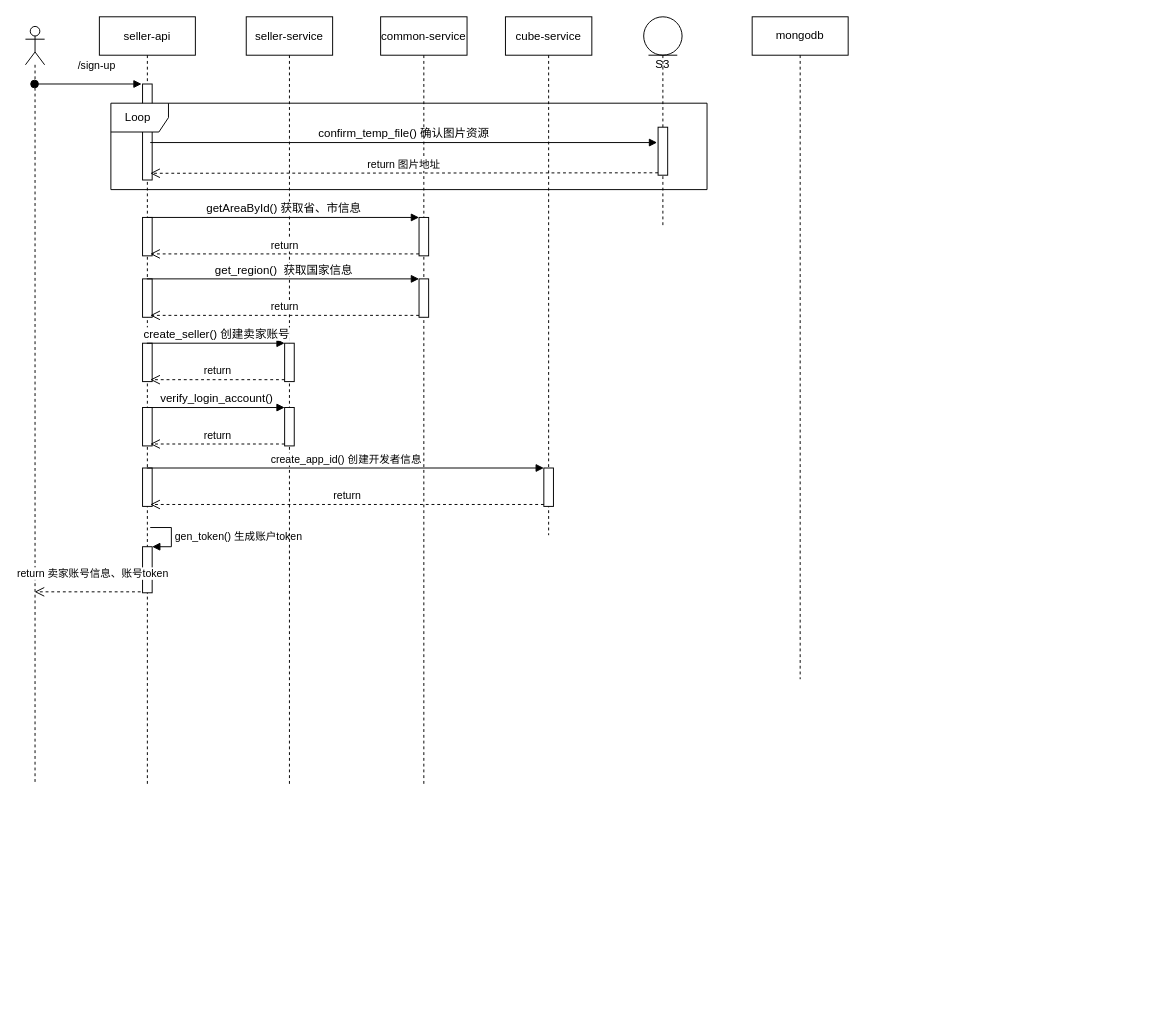
wjctim/design-draw keeps this draw.io diagram as 时序图.drawio. Above is the earlier version. Source tidied: cells renumbered, new cells numbered last; positions are measured from the earlier drawing's top-left corner, leaving out a move shared by most shapes. Both pictures are drawn from the tidied source at 96%, with x=0, y=0 at pixel (25, 16).
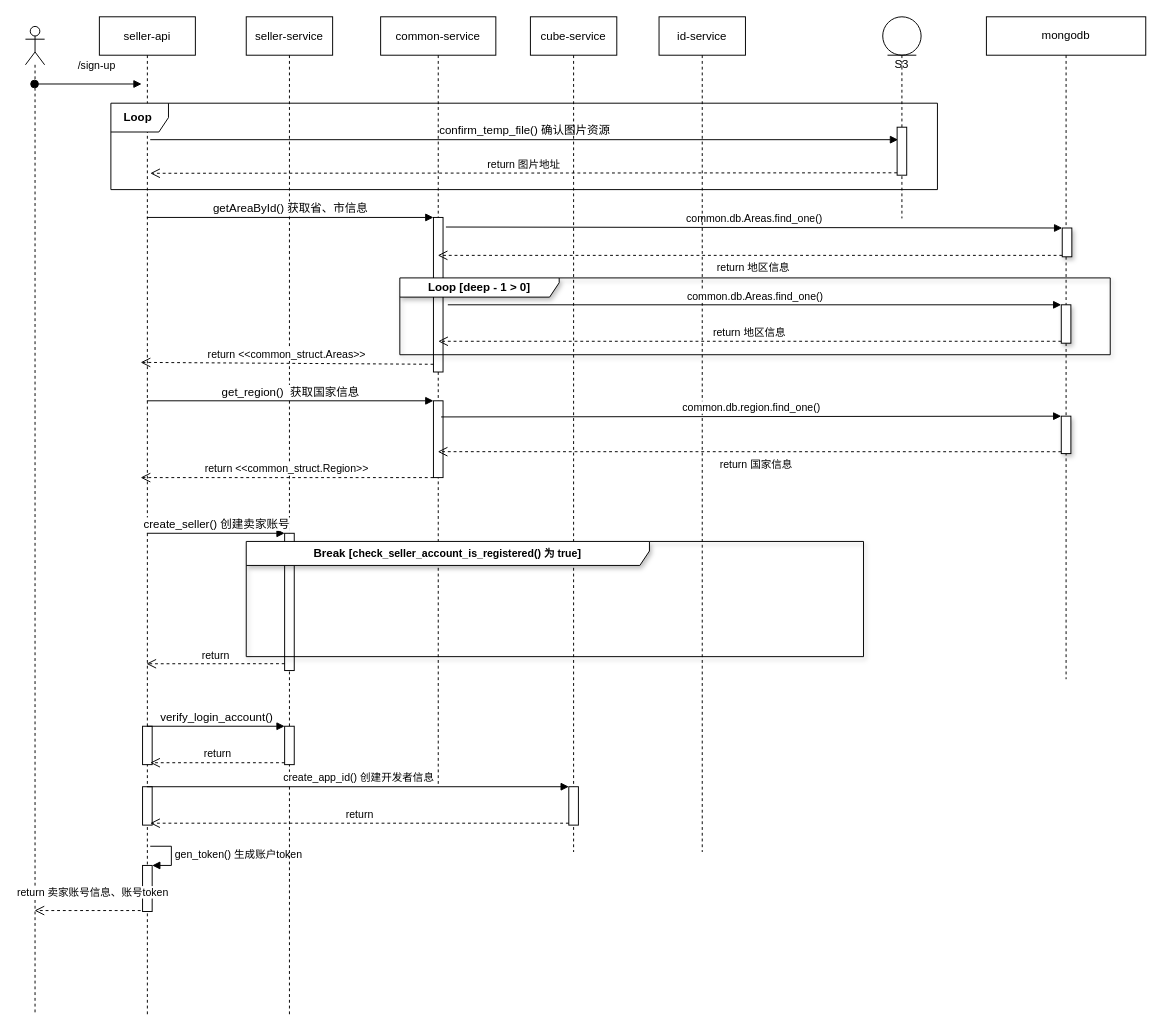
The same page after the edit.

Commit message:
更新时序图.drawio

The edit, as a diff of the source:
```diff
@@
     <mxCell id="2" value="seller-api" style="shape=umlLifeline;perimeter=lifelinePerimeter;rounded=0;shadow=0;strokeWidth=1;" parent="1" vertex="1">
-      <mxGeometry x="77" width="100" height="800" as="geometry" />
+      <mxGeometry x="77" width="100" height="1040" as="geometry" />
     </mxCell>
-    <mxCell id="3" style="perimeter=orthogonalPerimeter;rounded=0;shadow=0;strokeWidth=1;" parent="2" vertex="1">
-      <mxGeometry x="45" y="70" width="10" height="100" as="geometry" />
-    </mxCell>
@@
-    <mxCell id="5" style="html=1;perimeter=orthogonalPerimeter;" parent="2" vertex="1">
-      <mxGeometry x="45" y="209" width="10" height="40" as="geometry" />
-    </mxCell>
     <mxCell id="6" style="html=1;points=[];perimeter=orthogonalPerimeter;" parent="2" vertex="1">
-      <mxGeometry x="45" y="552" width="10" height="48" as="geometry" />
+      <mxGeometry x="45" y="884" width="10" height="48" as="geometry" />
     </mxCell>
     <mxCell id="7" value="gen_token() 生成账户token" style="edgeStyle=orthogonalEdgeStyle;html=1;align=left;spacingLeft=2;endArrow=block;rounded=0;entryX=1;entryY=0;" parent="2" edge="1" target="6">
       <mxGeometry relative="1" as="geometry">
-        <mxPoint x="53" y="532" as="sourcePoint" />
+        <mxPoint x="53" y="864" as="sourcePoint" />
         <Array as="points">
-          <mxPoint x="75" y="532" />
+          <mxPoint x="75" y="864" />
         </Array>
       </mxGeometry>
     </mxCell>
+    <mxCell id="10" value="Loop&amp;nbsp;" style="shape=umlFrame;whiteSpace=wrap;html=1;fontStyle=1;" parent="1" vertex="1">
+      <mxGeometry x="89" y="90" width="861" height="90" as="geometry" />
+    </mxCell>
     <mxCell id="8" value="seller-service" style="shape=umlLifeline;perimeter=lifelinePerimeter;rounded=0;shadow=0;strokeWidth=1;" parent="1" vertex="1">
-      <mxGeometry x="230" width="90" height="800" as="geometry" />
+      <mxGeometry x="230" width="90" height="1040" as="geometry" />
     </mxCell>
     <mxCell id="9" style="shape=umlLifeline;participant=umlActor;perimeter=lifelinePerimeter;whiteSpace=wrap;html=1;verticalAlign=top;spacingTop=36;outlineConnect=0;" parent="1" vertex="1">
-      <mxGeometry y="10" width="20" height="790" as="geometry" />
+      <mxGeometry y="10" width="20" height="1030" as="geometry" />
     </mxCell>
-    <mxCell id="10" value="Loop&amp;nbsp;" style="shape=umlFrame;whiteSpace=wrap;html=1;" parent="1" vertex="1">
-      <mxGeometry x="89" y="90" width="621" height="90" as="geometry" />
-    </mxCell>
     <mxCell id="11" value="S3" style="shape=umlLifeline;participant=umlEntity;perimeter=lifelinePerimeter;whiteSpace=wrap;html=1;verticalAlign=top;spacingTop=36;" parent="1" vertex="1">
-      <mxGeometry x="644" width="40" height="220" as="geometry" />
+      <mxGeometry x="893" width="40" height="210" as="geometry" />
     </mxCell>
@@
-    <mxCell id="13" value="&lt;span style=&quot;font-size: 12px;&quot;&gt;confirm_temp_file() 确认图片资源&lt;/span&gt;" style="html=1;verticalAlign=bottom;endArrow=block;entryX=0;entryY=0;rounded=0;" parent="11" edge="1">
+    <mxCell id="13" value="&lt;span style=&quot;font-size: 12px;&quot;&gt;confirm_temp_file() 确认图片资源&lt;/span&gt;" style="html=1;verticalAlign=bottom;endArrow=block;entryX=0.1;entryY=0.34;rounded=0;entryDx=0;entryDy=0;entryPerimeter=0;" parent="11" edge="1">
       <mxGeometry relative="1" as="geometry">
-        <mxPoint x="-514" y="131" as="sourcePoint" />
-        <mxPoint x="14" y="131" as="targetPoint" />
+        <mxPoint x="-763" y="128" as="sourcePoint" />
+        <mxPoint x="16" y="128" as="targetPoint" />
       </mxGeometry>
     </mxCell>
     <mxCell id="14" value="common-service" style="shape=umlLifeline;perimeter=lifelinePerimeter;rounded=0;shadow=0;strokeWidth=1;" parent="1" vertex="1">
-      <mxGeometry x="370" width="90" height="800" as="geometry" />
+      <mxGeometry x="370" width="120" height="800" as="geometry" />
     </mxCell>
     <mxCell id="15" style="html=1;points=[];perimeter=orthogonalPerimeter;" parent="14" vertex="1">
-      <mxGeometry x="40" y="209" width="10" height="40" as="geometry" />
+      <mxGeometry x="55" y="209" width="10" height="161" as="geometry" />
     </mxCell>
+    <mxCell id="19" style="html=1;points=[];perimeter=orthogonalPerimeter;" parent="14" vertex="1">
+      <mxGeometry x="55" y="400" width="10" height="80" as="geometry" />
+    </mxCell>
@@
-    <mxCell id="17" value="return" style="html=1;verticalAlign=bottom;endArrow=open;dashed=1;endSize=8;exitX=0;exitY=0.95;rounded=0;" parent="1" edge="1" source="15">
+    <mxCell id="17" value="return &amp;lt;&amp;lt;common_struct.Areas&amp;gt;&amp;gt;" style="html=1;verticalAlign=bottom;endArrow=open;dashed=1;endSize=8;exitX=0;exitY=0.95;rounded=0;" parent="1" edge="1" source="15">
       <mxGeometry relative="1" as="geometry">
-        <mxPoint x="130" y="247" as="targetPoint" />
+        <mxPoint x="120" y="360" as="targetPoint" />
       </mxGeometry>
     </mxCell>
-    <mxCell id="18" style="html=1;perimeter=orthogonalPerimeter;" parent="1" vertex="1">
-      <mxGeometry x="122" y="273" width="10" height="40" as="geometry" />
-    </mxCell>
-    <mxCell id="19" style="html=1;points=[];perimeter=orthogonalPerimeter;" parent="1" vertex="1">
-      <mxGeometry x="410" y="273" width="10" height="40" as="geometry" />
-    </mxCell>
     <mxCell id="20" value="&lt;span style=&quot;font-size: 12px;&quot;&gt;get_region()&amp;nbsp; 获取国家信息&lt;/span&gt;" style="html=1;verticalAlign=bottom;endArrow=block;entryX=0;entryY=0;rounded=0;" parent="1" edge="1" target="19">
       <mxGeometry relative="1" as="geometry">
-        <mxPoint x="126.5" y="273" as="sourcePoint" />
+        <mxPoint x="126.5" y="400" as="sourcePoint" />
       </mxGeometry>
     </mxCell>
-    <mxCell id="21" value="return" style="html=1;verticalAlign=bottom;endArrow=open;dashed=1;endSize=8;exitX=0;exitY=0.95;rounded=0;" parent="1" edge="1" source="19">
+    <mxCell id="21" value="return &amp;lt;&amp;lt;common_struct.Region&amp;gt;&amp;gt;" style="html=1;verticalAlign=bottom;endArrow=open;dashed=1;endSize=8;exitX=0;exitY=0.95;rounded=0;" parent="1" edge="1">
       <mxGeometry relative="1" as="geometry">
-        <mxPoint x="130" y="311" as="targetPoint" />
+        <mxPoint x="425" y="480" as="sourcePoint" />
+        <mxPoint x="120" y="480" as="targetPoint" />
       </mxGeometry>
     </mxCell>
-    <mxCell id="22" style="html=1;perimeter=orthogonalPerimeter;" parent="1" vertex="1">
-      <mxGeometry x="122" y="340" width="10" height="40" as="geometry" />
-    </mxCell>
     <mxCell id="23" style="html=1;points=[];perimeter=orthogonalPerimeter;" parent="1" vertex="1">
-      <mxGeometry x="270" y="340" width="10" height="40" as="geometry" />
+      <mxGeometry x="270" y="538" width="10" height="143" as="geometry" />
     </mxCell>
     <mxCell id="24" value="&lt;span style=&quot;font-size: 12px;&quot;&gt;create_seller() 创建卖家账号&lt;/span&gt;" style="html=1;verticalAlign=bottom;endArrow=block;entryX=0;entryY=0;rounded=0;" parent="1" edge="1" target="23">
       <mxGeometry relative="1" as="geometry">
-        <mxPoint x="126.5" y="340" as="sourcePoint" />
+        <mxPoint x="126.5" y="538" as="sourcePoint" />
       </mxGeometry>
     </mxCell>
-    <mxCell id="25" value="return" style="html=1;verticalAlign=bottom;endArrow=open;dashed=1;endSize=8;exitX=0;exitY=0.95;rounded=0;" parent="1" edge="1" source="23">
-      <mxGeometry relative="1" as="geometry">
-        <mxPoint x="130" y="378" as="targetPoint" />
-      </mxGeometry>
+    <mxCell id="25" value="return" style="html=1;verticalAlign=bottom;endArrow=open;dashed=1;endSize=8;exitX=0;exitY=0.95;rounded=0;entryX=0.49;entryY=0.648;entryDx=0;entryDy=0;entryPerimeter=0;" parent="1" edge="1" source="23" target="2">
+      <mxGeometry relative="1" as="geometry" />
     </mxCell>
     <mxCell id="26" style="html=1;perimeter=orthogonalPerimeter;" parent="1" vertex="1">
-      <mxGeometry x="122" y="407" width="10" height="40" as="geometry" />
+      <mxGeometry x="122" y="739" width="10" height="40" as="geometry" />
     </mxCell>
     <mxCell id="27" style="html=1;points=[];perimeter=orthogonalPerimeter;" parent="1" vertex="1">
-      <mxGeometry x="270" y="407" width="10" height="40" as="geometry" />
+      <mxGeometry x="270" y="739" width="10" height="40" as="geometry" />
     </mxCell>
     <mxCell id="28" value="&lt;span style=&quot;font-size: 12px;&quot;&gt;verify_login_account()&lt;/span&gt;" style="html=1;verticalAlign=bottom;endArrow=block;entryX=0;entryY=0;rounded=0;" parent="1" edge="1" target="27">
       <mxGeometry relative="1" as="geometry">
-        <mxPoint x="126.5" y="407" as="sourcePoint" />
+        <mxPoint x="126.5" y="739" as="sourcePoint" />
       </mxGeometry>
     </mxCell>
     <mxCell id="29" value="return" style="html=1;verticalAlign=bottom;endArrow=open;dashed=1;endSize=8;exitX=0;exitY=0.95;rounded=0;" parent="1" edge="1" source="27">
       <mxGeometry relative="1" as="geometry">
-        <mxPoint x="130" y="445" as="targetPoint" />
+        <mxPoint x="130" y="777" as="targetPoint" />
       </mxGeometry>
     </mxCell>
     <mxCell id="30" value="cube-service" style="shape=umlLifeline;perimeter=lifelinePerimeter;rounded=0;shadow=0;strokeWidth=1;" parent="1" vertex="1">
-      <mxGeometry x="500" width="90" height="540" as="geometry" />
+      <mxGeometry x="526" width="90" height="870" as="geometry" />
     </mxCell>
     <mxCell id="31" style="html=1;points=[];perimeter=orthogonalPerimeter;" parent="30" vertex="1">
-      <mxGeometry x="40" y="470" width="10" height="40" as="geometry" />
+      <mxGeometry x="40" y="802" width="10" height="40" as="geometry" />
     </mxCell>
     <mxCell id="32" style="html=1;perimeter=orthogonalPerimeter;" parent="1" vertex="1">
-      <mxGeometry x="122" y="470" width="10" height="40" as="geometry" />
+      <mxGeometry x="122" y="802" width="10" height="40" as="geometry" />
     </mxCell>
     <mxCell id="33" value="create_app_id() 创建开发者信息" style="html=1;verticalAlign=bottom;endArrow=block;entryX=0;entryY=0;rounded=0;" parent="1" edge="1" target="31">
       <mxGeometry relative="1" as="geometry">
-        <mxPoint x="126.5" y="470" as="sourcePoint" />
+        <mxPoint x="126.5" y="802" as="sourcePoint" />
       </mxGeometry>
     </mxCell>
     <mxCell id="34" value="return" style="html=1;verticalAlign=bottom;endArrow=open;dashed=1;endSize=8;exitX=0;exitY=0.95;rounded=0;" parent="1" edge="1" source="31">
       <mxGeometry relative="1" as="geometry">
-        <mxPoint x="130" y="508" as="targetPoint" />
+        <mxPoint x="130" y="840" as="targetPoint" />
       </mxGeometry>
     </mxCell>
     <mxCell id="35" value="return 卖家账号信息、账号token" style="html=1;verticalAlign=bottom;endArrow=open;dashed=1;endSize=8;rounded=0;" parent="1" edge="1">
       <mxGeometry x="-0.1" y="-10" relative="1" as="geometry">
-        <mxPoint x="120" y="599" as="sourcePoint" />
-        <mxPoint x="9.5" y="599" as="targetPoint" />
+        <mxPoint x="120" y="931" as="sourcePoint" />
+        <mxPoint x="9.5" y="931" as="targetPoint" />
       </mxGeometry>
     </mxCell>
@@
     <mxCell id="37" value="mongodb" style="shape=umlLifeline;perimeter=lifelinePerimeter;whiteSpace=wrap;html=1;rounded=0;glass=0;sketch=0;" parent="1" vertex="1">
-      <mxGeometry x="757" width="100" height="690" as="geometry" />
+      <mxGeometry x="1001" width="166" height="690" as="geometry" />
     </mxCell>
+    <mxCell id="38" style="html=1;points=[];perimeter=orthogonalPerimeter;rounded=0;shadow=1;glass=0;sketch=0;" parent="37" vertex="1">
+      <mxGeometry x="79" y="220" width="10" height="30" as="geometry" />
+    </mxCell>
+    <mxCell id="39" style="html=1;points=[];perimeter=orthogonalPerimeter;rounded=0;shadow=1;glass=0;sketch=0;" parent="37" vertex="1">
+      <mxGeometry x="78" y="300" width="10" height="40" as="geometry" />
+    </mxCell>
+    <mxCell id="40" style="html=1;points=[];perimeter=orthogonalPerimeter;rounded=0;shadow=1;glass=0;sketch=0;" parent="37" vertex="1">
+      <mxGeometry x="78" y="416" width="10" height="39" as="geometry" />
+    </mxCell>
+    <mxCell id="41" value="&lt;b&gt;Loop [deep - 1 &amp;gt; 0]&lt;/b&gt;" style="shape=umlFrame;whiteSpace=wrap;html=1;rounded=0;shadow=1;glass=0;sketch=0;width=166;height=20;" parent="1" vertex="1">
+      <mxGeometry x="390" y="272" width="740" height="80" as="geometry" />
+    </mxCell>
+    <mxCell id="42" value="common.db.Areas.find_one()" style="html=1;verticalAlign=bottom;endArrow=block;entryX=0;entryY=0;rounded=0;exitX=1.3;exitY=0.062;exitDx=0;exitDy=0;exitPerimeter=0;" parent="1" edge="1" source="15" target="38">
+      <mxGeometry relative="1" as="geometry" />
+    </mxCell>
+    <mxCell id="43" value="return 地区信息" style="html=1;verticalAlign=bottom;endArrow=open;dashed=1;endSize=8;exitX=0;exitY=0.95;rounded=0;" parent="1" edge="1" source="38" target="14">
+      <mxGeometry x="-0.01" y="21" relative="1" as="geometry" />
+    </mxCell>
+    <mxCell id="44" value="&lt;b&gt;Break [&lt;span style=&quot;font-size: 11px; text-align: left; background-color: rgb(255, 255, 255);&quot;&gt;check_seller_account_is_registered() 为 true&lt;/span&gt;]&lt;/b&gt;" style="shape=umlFrame;whiteSpace=wrap;html=1;rounded=0;shadow=1;glass=0;sketch=0;width=420;height=25;" parent="1" vertex="1">
+      <mxGeometry x="230" y="546.5" width="643" height="120" as="geometry" />
+    </mxCell>
+    <mxCell id="45" value="id-service" style="shape=umlLifeline;perimeter=lifelinePerimeter;rounded=0;shadow=0;strokeWidth=1;" parent="1" vertex="1">
+      <mxGeometry x="660" width="90" height="870" as="geometry" />
+    </mxCell>
+    <mxCell id="46" value="common.db.Areas.find_one()" style="html=1;verticalAlign=bottom;endArrow=block;entryX=0;entryY=0;rounded=0;" parent="1" edge="1" target="39">
+      <mxGeometry relative="1" as="geometry">
+        <mxPoint x="440" y="300" as="sourcePoint" />
+      </mxGeometry>
+    </mxCell>
+    <mxCell id="47" value="return 地区信息" style="html=1;verticalAlign=bottom;endArrow=open;dashed=1;endSize=8;exitX=0;exitY=0.95;rounded=0;" parent="1" edge="1" source="39">
+      <mxGeometry relative="1" as="geometry">
+        <mxPoint x="430" y="338" as="targetPoint" />
+      </mxGeometry>
+    </mxCell>
+    <mxCell id="48" value="common.db.region.find_one()" style="html=1;verticalAlign=bottom;endArrow=block;entryX=0;entryY=0;rounded=0;exitX=0.525;exitY=0.521;exitDx=0;exitDy=0;exitPerimeter=0;" parent="1" edge="1" source="14" target="40">
+      <mxGeometry relative="1" as="geometry" />
+    </mxCell>
+    <mxCell id="49" value="return 国家信息" style="html=1;verticalAlign=bottom;endArrow=open;dashed=1;endSize=8;exitX=0;exitY=0.95;rounded=0;" parent="1" edge="1" source="40">
+      <mxGeometry x="-0.02" y="22" relative="1" as="geometry">
+        <mxPoint x="429.5" y="453" as="targetPoint" />
+      </mxGeometry>
+    </mxCell>
```
